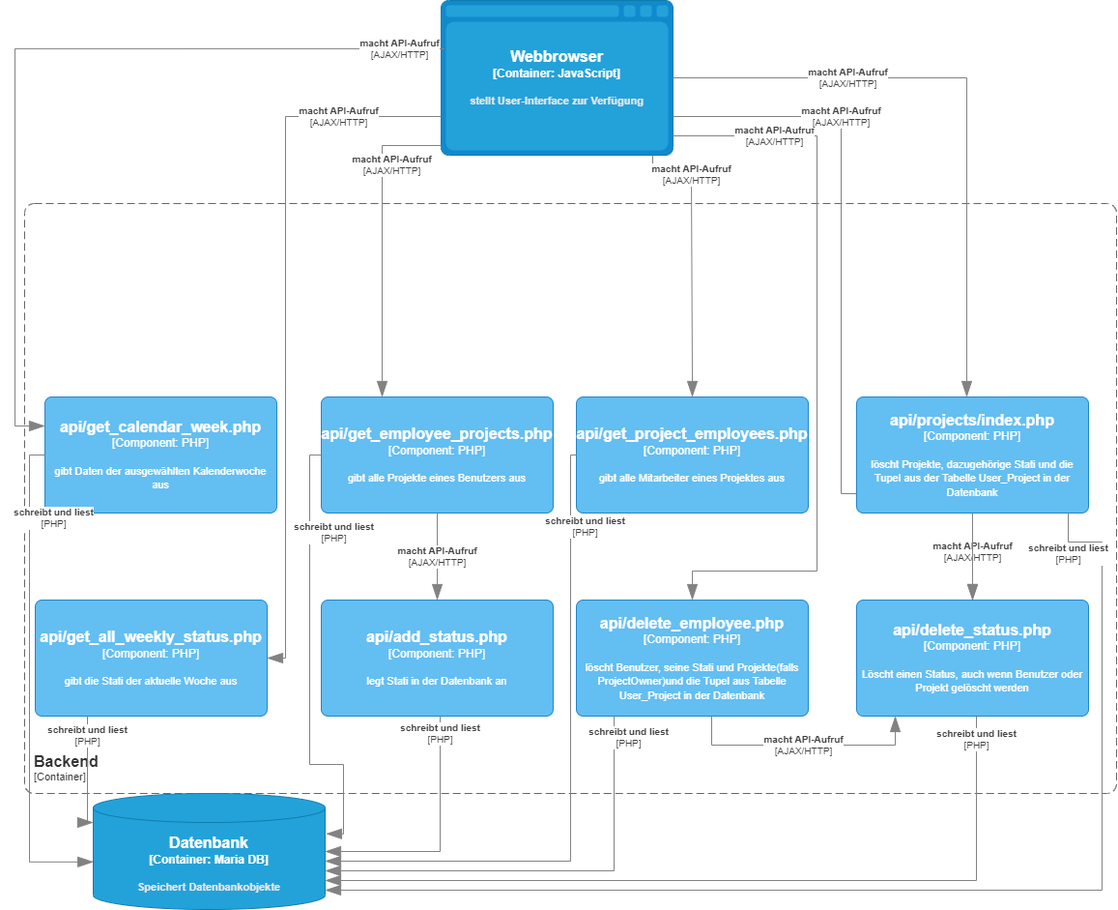
This is docs/architecture/images/c4 3 schicht feiertage.png from PowerOfCreation/E1Ressourcenverwaltung, a draw.io export, as it was before one commit. Source tidied: cells renumbered, new cells last; positions are measured from the earlier drawing's top-left corner, leaving out a move shared by most shapes.
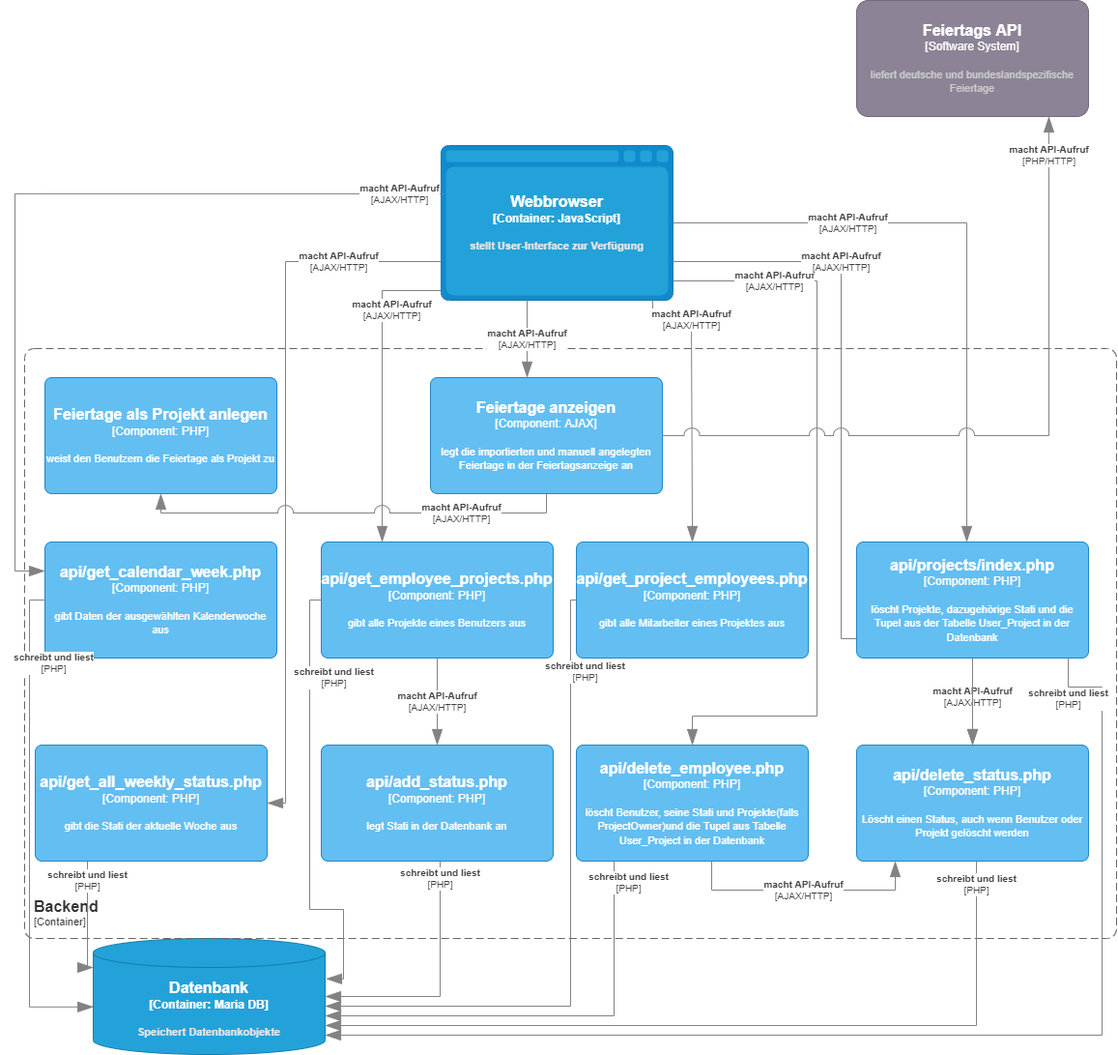
Above is the later version.

Commit message:
Fehler behoben

Change to the diagram source:
```diff
@@ -2,6 +2,11 @@
   <root>
     <mxCell id="0" />
     <mxCell id="1" parent="0" />
+    <object id="31" label="&lt;font style=&quot;font-size: 16px&quot;&gt;&lt;b&gt;%c4Name%&lt;/b&gt;&lt;/font&gt;&lt;div&gt;[%c4Type%]&lt;/div&gt;&lt;br&gt;&lt;div&gt;&lt;font style=&quot;font-size: 11px&quot;&gt;&lt;font color=&quot;#cccccc&quot;&gt;%c4Description%&lt;/font&gt;&lt;/div&gt;" c4Description="liefert deutsche und bundeslandspezifische Feiertage " c4Name="Feiertags API" c4Type="Software System" placeholders="1">
+      <mxCell style="rounded=1;whiteSpace=wrap;html=1;labelBackgroundColor=none;fillColor=#8C8496;fontColor=#ffffff;align=center;arcSize=10;strokeColor=#736782;points=[[0.25,0,0],[0.5,0,0],[0.75,0,0],[1,0.25,0],[1,0.5,0],[1,0.75,0],[0.75,1,0],[0.5,1,0],[0.25,1,0],[0,0.75,0],[0,0.5,0],[0,0.25,0]];" parent="1" vertex="1">
+        <mxGeometry x="871" y="-150" width="240" height="120" as="geometry" />
+      </mxCell>
+    </object>
     <object id="2" label="&lt;font style=&quot;font-size: 16px&quot;&gt;&lt;b&gt;%c4Type%&lt;/font&gt;&lt;div&gt;[%c4Container%:&amp;nbsp;%c4Technology%]&lt;/div&gt;&lt;br&gt;&lt;div&gt;&lt;font style=&quot;font-size: 11px&quot;&gt;&lt;font color=&quot;#E6E6E6&quot;&gt;%c4Description%&lt;/font&gt;&lt;/div&gt;" c4Container="Container" c4Description="Speichert Datenbankobjekte" c4Technology="Maria DB" c4Type="Datenbank" placeholders="1">
       <mxCell style="shape=cylinder3;size=15;whiteSpace=wrap;html=1;boundedLbl=1;rounded=0;labelBackgroundColor=none;fillColor=#23A2D9;fontSize=12;fontColor=#ffffff;align=center;strokeColor=#0E7DAD;points=[[0.5,0,0],[1,0.25,0],[1,0.5,0],[1,0.75,0],[0.5,1,0],[0,0.75,0],[0,0.5,0],[0,0.25,0]];" parent="1" vertex="1">
         <mxGeometry x="81" y="820" width="240" height="120" as="geometry" />
@@ -236,5 +241,45 @@
         </mxGeometry>
       </mxCell>
     </object>
+    <object id="32" label="&lt;font style=&quot;font-size: 16px&quot;&gt;&lt;b&gt;%c4Name%&lt;/b&gt;&lt;/font&gt;&lt;div&gt;[%c4Type%: %c4Technology%]&lt;/div&gt;&lt;br&gt;&lt;div&gt;&lt;font style=&quot;font-size: 11px&quot;&gt;%c4Description%&lt;/font&gt;&lt;/div&gt;" c4Description="weist den Benutzern die Feiertage als Projekt zu" c4Name="Feiertage als Projekt anlegen" c4Technology="PHP" c4Type="Component" placeholders="1">
+      <mxCell style="rounded=1;whiteSpace=wrap;html=1;labelBackgroundColor=none;fillColor=#63BEF2;fontColor=#ffffff;align=center;arcSize=6;strokeColor=#2086C9;points=[[0.25,0,0],[0.5,0,0],[0.75,0,0],[1,0.25,0],[1,0.5,0],[1,0.75,0],[0.75,1,0],[0.5,1,0],[0.25,1,0],[0,0.75,0],[0,0.5,0],[0,0.25,0]];" parent="1" vertex="1">
+        <mxGeometry x="31" y="240" width="240" height="120" as="geometry" />
+      </mxCell>
+    </object>
+    <object id="33" label="&lt;font style=&quot;font-size: 16px&quot;&gt;&lt;b&gt;%c4Name%&lt;/b&gt;&lt;/font&gt;&lt;div&gt;[%c4Type%: %c4Technology%]&lt;/div&gt;&lt;br&gt;&lt;div&gt;&lt;font style=&quot;font-size: 11px&quot;&gt;%c4Description%&lt;/font&gt;&lt;/div&gt;" c4Description="legt die importierten und manuell angelegten Feiertage in der Feiertagsanzeige an" c4Name="Feiertage anzeigen&#10;" c4Technology="AJAX" c4Type="Component" placeholders="1">
+      <mxCell style="rounded=1;whiteSpace=wrap;html=1;labelBackgroundColor=none;fillColor=#63BEF2;fontColor=#ffffff;align=center;arcSize=6;strokeColor=#2086C9;points=[[0.25,0,0],[0.5,0,0],[0.75,0,0],[1,0.25,0],[1,0.5,0],[1,0.75,0],[0.75,1,0],[0.5,1,0],[0.25,1,0],[0,0.75,0],[0,0.5,0],[0,0.25,0]];" parent="1" vertex="1">
+        <mxGeometry x="430" y="240" width="240" height="120" as="geometry" />
+      </mxCell>
+    </object>
+    <object id="34" label="&lt;div style=&quot;text-align: left&quot;&gt;&lt;div style=&quot;text-align: center&quot;&gt;&lt;b&gt;%c4Description%&lt;/b&gt;&lt;/div&gt;&lt;div style=&quot;text-align: center&quot;&gt;[%c4Technology%]&lt;/div&gt;&lt;/div&gt;" c4Description="macht API-Aufruf" c4Technology="AJAX/HTTP" c4Type="Relationship" placeholders="1">
+      <mxCell style="endArrow=blockThin;html=1;fontSize=10;fontColor=#404040;strokeWidth=1;endFill=1;strokeColor=#828282;elbow=vertical;endSize=14;startSize=14;jumpStyle=arc;jumpSize=16;rounded=0;edgeStyle=orthogonalEdgeStyle;" parent="1" edge="1" source="3" target="33">
+        <mxGeometry relative="1" as="geometry">
+          <Array as="points">
+            <mxPoint x="530" y="180" />
+            <mxPoint x="530" y="180" />
+          </Array>
+        </mxGeometry>
+      </mxCell>
+    </object>
+    <object id="35" label="&lt;div style=&quot;text-align: left&quot;&gt;&lt;div style=&quot;text-align: center&quot;&gt;&lt;b&gt;%c4Description%&lt;/b&gt;&lt;/div&gt;&lt;div style=&quot;text-align: center&quot;&gt;[%c4Technology%]&lt;/div&gt;&lt;/div&gt;" c4Description="macht API-Aufruf" c4Technology="PHP/HTTP" c4Type="Relationship" placeholders="1">
+      <mxCell style="endArrow=blockThin;html=1;fontSize=10;fontColor=#404040;strokeWidth=1;endFill=1;strokeColor=#828282;elbow=vertical;endSize=14;startSize=14;jumpStyle=arc;jumpSize=16;rounded=0;edgeStyle=orthogonalEdgeStyle;" parent="1" edge="1" source="33" target="31">
+        <mxGeometry x="0.89" relative="1" as="geometry">
+          <Array as="points">
+            <mxPoint x="1070" y="300" />
+            <mxPoint x="1070" y="-150" />
+          </Array>
+        </mxGeometry>
+      </mxCell>
+    </object>
+    <object id="36" label="&lt;div style=&quot;text-align: left&quot;&gt;&lt;div style=&quot;text-align: center&quot;&gt;&lt;b&gt;%c4Description%&lt;/b&gt;&lt;/div&gt;&lt;div style=&quot;text-align: center&quot;&gt;[%c4Technology%]&lt;/div&gt;&lt;/div&gt;" c4Description="macht API-Aufruf" c4Technology="AJAX/HTTP" c4Type="Relationship" placeholders="1">
+      <mxCell style="endArrow=blockThin;html=1;fontSize=10;fontColor=#404040;strokeWidth=1;endFill=1;strokeColor=#828282;elbow=vertical;endSize=14;startSize=14;jumpStyle=arc;jumpSize=16;rounded=0;edgeStyle=orthogonalEdgeStyle;" parent="1" edge="1" source="33" target="32">
+        <mxGeometry x="-0.51" relative="1" as="geometry">
+          <Array as="points">
+            <mxPoint x="550" y="380" />
+            <mxPoint x="151" y="380" />
+          </Array>
+        </mxGeometry>
+      </mxCell>
+    </object>
   </root>
 </mxGraphModel>
```
